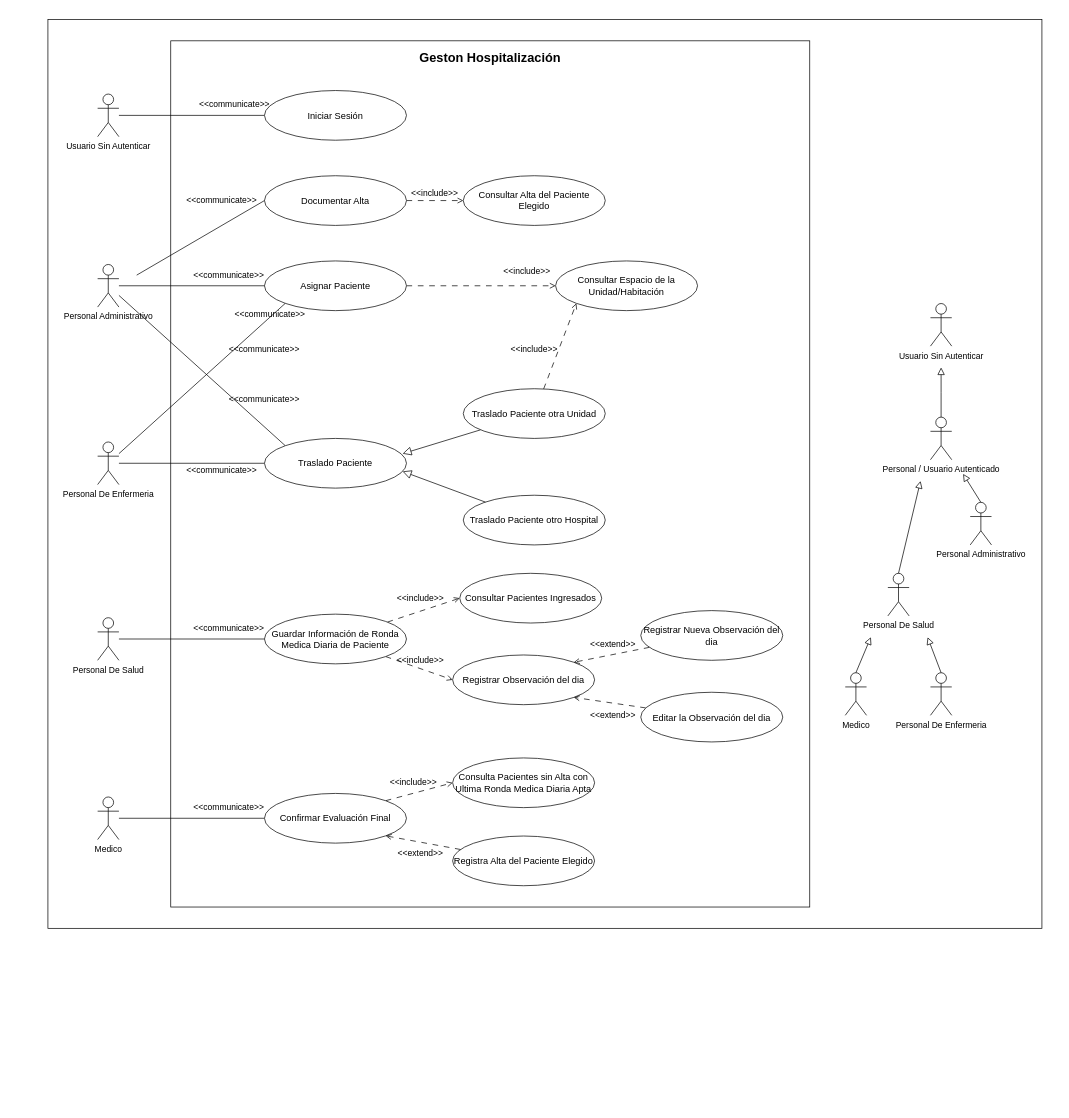
Before: uml/Diagrama de Casos de Usos/Diagrama de Casos de Uso.drawio in stoica25-byte/Reto-2-Entornos-Programacion, a draw.io diagram. Source tidied: cells renumbered, new cells numbered last; positions are measured from the earlier drawing's top-left corner, leaving out a move shared by most shapes. Both pictures are drawn from the tidied source at 71%, with x=0, y=0 at pixel (48, 19).
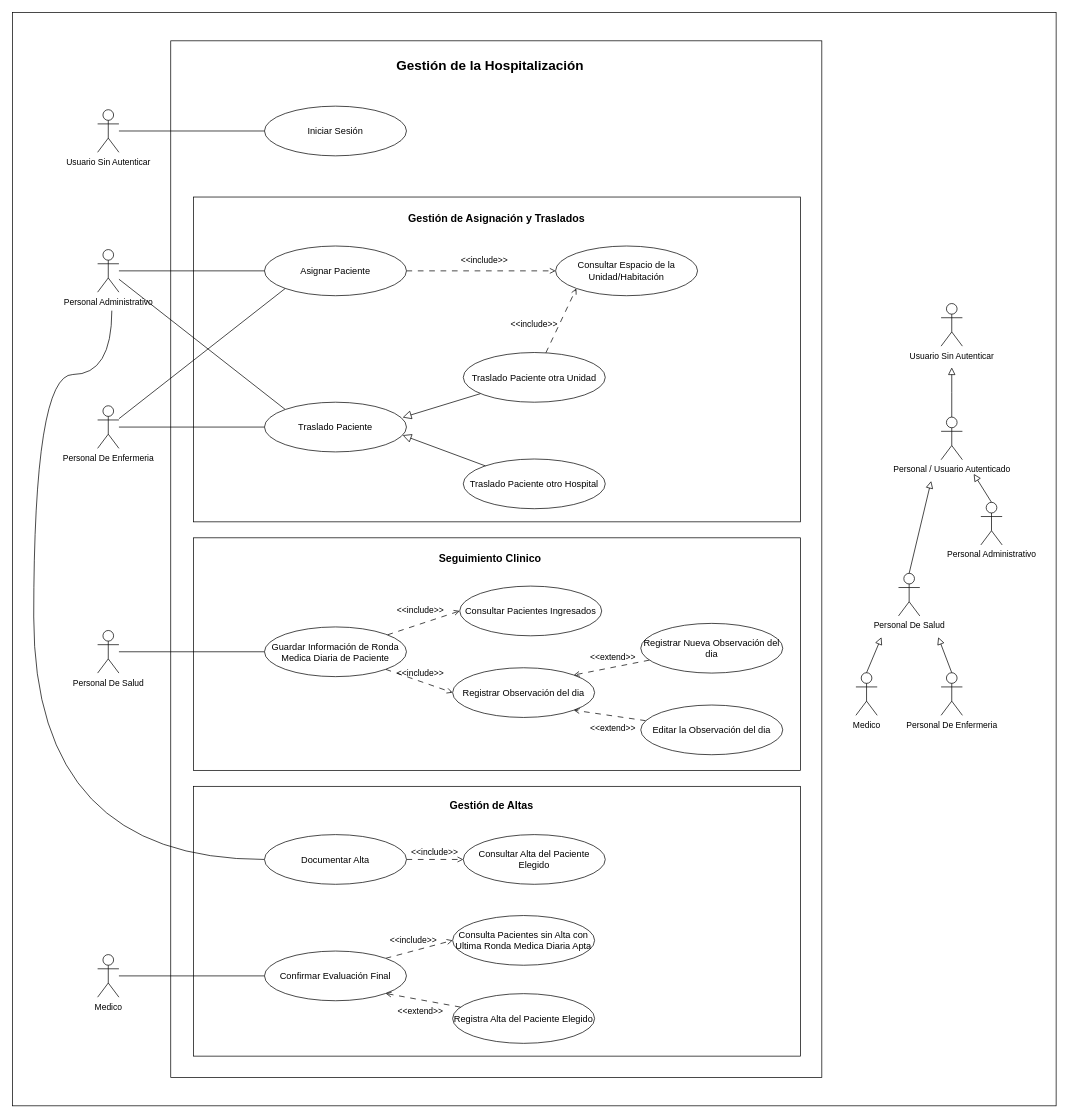
The same diagram, later.

Commit message (it also covers changes not shown here):
Añade la separación de casos de uso por tematica en el diagrama de casos de uso

What changed in the source:
```diff
@@
     <mxCell id="2" style="rounded=0;whiteSpace=wrap;html=1;" parent="1" vertex="1">
-      <mxGeometry width="1400" height="1280" as="geometry" />
+      <mxGeometry x="-50" y="-10" width="1470" height="1540" as="geometry" />
     </mxCell>
     <mxCell id="3" style="rounded=0;whiteSpace=wrap;html=1;" parent="1" vertex="1">
-      <mxGeometry x="173" y="30" width="900" height="1220" as="geometry" />
+      <mxGeometry x="173" y="30" width="917" height="1460" as="geometry" />
     </mxCell>
+    <mxCell id="74" style="rounded=0;whiteSpace=wrap;html=1;fillColor=none;" parent="1" vertex="1">
+      <mxGeometry x="205" y="250" width="855" height="457.5" as="geometry" />
+    </mxCell>
+    <mxCell id="75" style="rounded=0;whiteSpace=wrap;html=1;" parent="1" vertex="1">
+      <mxGeometry x="205" y="1080" width="855" height="380" as="geometry" />
+    </mxCell>
     <mxCell id="4" style="edgeStyle=orthogonalEdgeStyle;rounded=0;jettySize=auto;html=1;endArrow=block;endFill=0;endSize=8;" parent="1" edge="1" source="5">
       <mxGeometry relative="1" as="geometry">
-        <mxPoint x="1258" y="490" as="targetPoint" />
+        <mxPoint x="1273" y="490" as="targetPoint" />
       </mxGeometry>
     </mxCell>
     <mxCell id="5" value="Personal / Usuario Autenticado" style="shape=umlActor;verticalLabelPosition=bottom;verticalAlign=top;html=1;outlineConnect=0;" parent="1" vertex="1">
-      <mxGeometry x="1243" y="560" width="30" height="60" as="geometry" />
+      <mxGeometry x="1258" y="560" width="30" height="60" as="geometry" />
     </mxCell>
     <mxCell id="6" value="Personal De Salud" style="shape=umlActor;verticalLabelPosition=bottom;verticalAlign=top;html=1;outlineConnect=0;" parent="1" vertex="1">
-      <mxGeometry x="1183" y="780" width="30" height="60" as="geometry" />
+      <mxGeometry x="1198" y="780" width="30" height="60" as="geometry" />
     </mxCell>
     <mxCell id="7" value="Personal Administrativo" style="shape=umlActor;verticalLabelPosition=bottom;verticalAlign=top;html=1;outlineConnect=0;" parent="1" vertex="1">
-      <mxGeometry x="1299" y="680" width="30" height="60" as="geometry" />
+      <mxGeometry x="1314" y="680" width="30" height="60" as="geometry" />
     </mxCell>
     <mxCell id="8" style="rounded=0;jettySize=auto;html=1;endArrow=block;endFill=0;strokeWidth=1;endSize=8;exitX=0.5;exitY=0;exitDx=0;exitDy=0;exitPerimeter=0;" parent="1" edge="1" source="6">
       <mxGeometry relative="1" as="geometry">
-        <mxPoint x="1229" y="650" as="targetPoint" />
+        <mxPoint x="1244" y="650" as="targetPoint" />
       </mxGeometry>
     </mxCell>
     <mxCell id="9" style="rounded=0;jettySize=auto;html=1;endArrow=block;endFill=0;strokeWidth=1;endSize=8;exitX=0.5;exitY=0;exitDx=0;exitDy=0;exitPerimeter=0;" parent="1" edge="1" source="7">
       <mxGeometry relative="1" as="geometry">
-        <mxPoint x="1289" y="640" as="targetPoint" />
+        <mxPoint x="1304" y="640" as="targetPoint" />
       </mxGeometry>
     </mxCell>
     <mxCell id="10" value="Medico" style="shape=umlActor;verticalLabelPosition=bottom;verticalAlign=top;html=1;outlineConnect=0;" parent="1" vertex="1">
-      <mxGeometry x="1123" y="920" width="30" height="60" as="geometry" />
+      <mxGeometry x="1138" y="920" width="30" height="60" as="geometry" />
     </mxCell>
     <mxCell id="11" value="Personal De Enfermeria" style="shape=umlActor;verticalLabelPosition=bottom;verticalAlign=top;html=1;outlineConnect=0;" parent="1" vertex="1">
-      <mxGeometry x="1243" y="920" width="30" height="60" as="geometry" />
+      <mxGeometry x="1258" y="920" width="30" height="60" as="geometry" />
     </mxCell>
     <mxCell id="12" style="rounded=0;jettySize=auto;html=1;endArrow=block;endFill=0;strokeWidth=1;endSize=8;exitX=0.5;exitY=0;exitDx=0;exitDy=0;exitPerimeter=0;" parent="1" edge="1" source="10">
       <mxGeometry relative="1" as="geometry">
-        <mxPoint x="1159" y="870" as="targetPoint" />
+        <mxPoint x="1174" y="870" as="targetPoint" />
       </mxGeometry>
     </mxCell>
     <mxCell id="13" style="rounded=0;jettySize=auto;html=1;endArrow=block;endFill=0;strokeWidth=1;endSize=8;exitX=0.5;exitY=0;exitDx=0;exitDy=0;exitPerimeter=0;" parent="1" edge="1" source="11">
       <mxGeometry relative="1" as="geometry">
-        <mxPoint x="1239" y="870" as="targetPoint" />
+        <mxPoint x="1254" y="870" as="targetPoint" />
       </mxGeometry>
     </mxCell>
@@
     <mxCell id="15" value="Asignar Paciente" style="ellipse;whiteSpace=wrap;html=1;fontSize=13;" parent="1" vertex="1">
-      <mxGeometry x="305" y="340" width="200" height="70" as="geometry" />
+      <mxGeometry x="305" y="319" width="200" height="70" as="geometry" />
     </mxCell>
@@
     <mxCell id="18" value="Personal Administrativo" style="shape=umlActor;verticalLabelPosition=bottom;verticalAlign=top;html=1;outlineConnect=0;" parent="1" vertex="1">
-      <mxGeometry x="70" y="345" width="30" height="60" as="geometry" />
+      <mxGeometry x="70" y="324" width="30" height="60" as="geometry" />
     </mxCell>
@@
     <mxCell id="21" value="Personal De Enfermeria" style="shape=umlActor;verticalLabelPosition=bottom;verticalAlign=top;html=1;outlineConnect=0;" parent="1" vertex="1">
-      <mxGeometry x="70" y="595" width="30" height="60" as="geometry" />
+      <mxGeometry x="70" y="544" width="30" height="60" as="geometry" />
     </mxCell>
-    <mxCell id="22" value="&amp;lt;&amp;lt;communicate&amp;gt;&amp;gt;" style="text;html=1;align=center;verticalAlign=middle;whiteSpace=wrap;rounded=0;" parent="1" vertex="1">
-      <mxGeometry x="215" y="620" width="60" height="30" as="geometry" />
-    </mxCell>
-    <mxCell id="23" value="&amp;lt;&amp;lt;communicate&amp;gt;&amp;gt;" style="text;html=1;align=center;verticalAlign=middle;whiteSpace=wrap;rounded=0;" parent="1" vertex="1">
-      <mxGeometry x="225" y="345" width="60" height="30" as="geometry" />
-    </mxCell>
     <mxCell id="24" value="Consultar Espacio de la Unidad/Habitación" style="ellipse;whiteSpace=wrap;html=1;fontSize=13;" parent="1" vertex="1">
-      <mxGeometry x="715" y="340" width="200" height="70" as="geometry" />
+      <mxGeometry x="715" y="319" width="200" height="70" as="geometry" />
     </mxCell>
     <mxCell id="25" value="&amp;lt;&amp;lt;include&amp;gt;&amp;gt;" style="text;html=1;align=center;verticalAlign=middle;whiteSpace=wrap;rounded=0;" parent="1" vertex="1">
-      <mxGeometry x="645" y="340" width="60" height="30" as="geometry" />
+      <mxGeometry x="585" y="324" width="60" height="30" as="geometry" />
     </mxCell>
     <mxCell id="26" value="Traslado Paciente" style="ellipse;whiteSpace=wrap;html=1;fontSize=13;" parent="1" vertex="1">
-      <mxGeometry x="305" y="590" width="200" height="70" as="geometry" />
+      <mxGeometry x="305" y="539" width="200" height="70" as="geometry" />
     </mxCell>
@@
     <mxCell id="29" value="Traslado Paciente otra Unidad" style="ellipse;whiteSpace=wrap;html=1;fontSize=13;" parent="1" vertex="1">
-      <mxGeometry x="585" y="520" width="200" height="70" as="geometry" />
+      <mxGeometry x="585" y="469" width="200" height="70" as="geometry" />
     </mxCell>
     <mxCell id="30" value="Traslado Paciente otro Hospital" style="ellipse;whiteSpace=wrap;html=1;fontSize=13;" parent="1" vertex="1">
-      <mxGeometry x="585" y="670" width="200" height="70" as="geometry" />
+      <mxGeometry x="585" y="619" width="200" height="70" as="geometry" />
     </mxCell>
     <mxCell id="31" value="&amp;lt;&amp;lt;include&amp;gt;&amp;gt;" style="text;html=1;align=center;verticalAlign=middle;whiteSpace=wrap;rounded=0;" parent="1" vertex="1">
-      <mxGeometry x="655" y="450" width="60" height="30" as="geometry" />
+      <mxGeometry x="655" y="415" width="60" height="30" as="geometry" />
     </mxCell>
-    <mxCell id="32" value="&amp;lt;&amp;lt;communicate&amp;gt;&amp;gt;" style="text;html=1;align=center;verticalAlign=middle;whiteSpace=wrap;rounded=0;" parent="1" vertex="1">
-      <mxGeometry x="275" y="450" width="60" height="30" as="geometry" />
-    </mxCell>
-    <mxCell id="33" value="&amp;lt;&amp;lt;communicate&amp;gt;&amp;gt;" style="text;html=1;align=center;verticalAlign=middle;whiteSpace=wrap;rounded=0;" parent="1" vertex="1">
-      <mxGeometry x="275" y="520" width="60" height="30" as="geometry" />
-    </mxCell>
     <mxCell id="34" value="Usuario Sin Autenticar" style="shape=umlActor;verticalLabelPosition=bottom;verticalAlign=top;html=1;" parent="1" vertex="1">
-      <mxGeometry x="1243" y="400" width="30" height="60" as="geometry" />
+      <mxGeometry x="1258" y="400" width="30" height="60" as="geometry" />
     </mxCell>
@@
     <mxCell id="36" value="Personal De Salud" style="shape=umlActor;verticalLabelPosition=bottom;verticalAlign=top;html=1;outlineConnect=0;" parent="1" vertex="1">
-      <mxGeometry x="70" y="842.5" width="30" height="60" as="geometry" />
+      <mxGeometry x="70" y="860.5" width="30" height="60" as="geometry" />
     </mxCell>
@@
     <mxCell id="39" value="Guardar Información de Ronda Medica Diaria de Paciente" style="ellipse;whiteSpace=wrap;html=1;fontSize=13;" parent="1" vertex="1">
-      <mxGeometry x="305" y="837.5" width="200" height="70" as="geometry" />
+      <mxGeometry x="305" y="855.5" width="200" height="70" as="geometry" />
     </mxCell>
-    <mxCell id="40" value="&amp;lt;&amp;lt;communicate&amp;gt;&amp;gt;" style="text;html=1;align=center;verticalAlign=middle;whiteSpace=wrap;rounded=0;" parent="1" vertex="1">
-      <mxGeometry x="225" y="842.5" width="60" height="30" as="geometry" />
-    </mxCell>
     <mxCell id="41" value="Consultar Pacientes Ingresados" style="ellipse;whiteSpace=wrap;html=1;fontSize=13;" parent="1" vertex="1">
-      <mxGeometry x="580" y="780" width="200" height="70" as="geometry" />
+      <mxGeometry x="580" y="798" width="200" height="70" as="geometry" />
     </mxCell>
     <mxCell id="42" value="&amp;lt;&amp;lt;include&amp;gt;&amp;gt;" style="text;html=1;align=center;verticalAlign=middle;whiteSpace=wrap;rounded=0;" parent="1" vertex="1">
-      <mxGeometry x="495" y="800" width="60" height="30" as="geometry" />
+      <mxGeometry x="495" y="818" width="60" height="30" as="geometry" />
     </mxCell>
     <mxCell id="43" value="Registrar Observación del dia" style="ellipse;whiteSpace=wrap;html=1;fontSize=13;" parent="1" vertex="1">
-      <mxGeometry x="570" y="895" width="200" height="70" as="geometry" />
+      <mxGeometry x="570" y="913" width="200" height="70" as="geometry" />
     </mxCell>
     <mxCell id="44" value="&amp;lt;&amp;lt;include&amp;gt;&amp;gt;" style="text;html=1;align=center;verticalAlign=middle;whiteSpace=wrap;rounded=0;" parent="1" vertex="1">
-      <mxGeometry x="495" y="887.5" width="60" height="30" as="geometry" />
+      <mxGeometry x="495" y="905.5" width="60" height="30" as="geometry" />
     </mxCell>
@@
     <mxCell id="46" value="Registrar Nueva Observación del dia" style="ellipse;whiteSpace=wrap;html=1;fontSize=13;" parent="1" vertex="1">
-      <mxGeometry x="835" y="832.5" width="200" height="70" as="geometry" />
+      <mxGeometry x="835" y="850.5" width="200" height="70" as="geometry" />
     </mxCell>
@@
     <mxCell id="48" value="Editar la Observación del dia" style="ellipse;whiteSpace=wrap;html=1;fontSize=13;" parent="1" vertex="1">
-      <mxGeometry x="835" y="947.5" width="200" height="70" as="geometry" />
+      <mxGeometry x="835" y="965.5" width="200" height="70" as="geometry" />
     </mxCell>
     <mxCell id="49" value="&amp;lt;&amp;lt;extend&amp;gt;&amp;gt;" style="text;html=1;align=center;verticalAlign=middle;whiteSpace=wrap;rounded=0;" parent="1" vertex="1">
-      <mxGeometry x="766" y="865" width="60" height="30" as="geometry" />
+      <mxGeometry x="766" y="883" width="60" height="30" as="geometry" />
     </mxCell>
     <mxCell id="50" value="&amp;lt;&amp;lt;extend&amp;gt;&amp;gt;" style="text;html=1;align=center;verticalAlign=middle;whiteSpace=wrap;rounded=0;" parent="1" vertex="1">
-      <mxGeometry x="766" y="965" width="60" height="30" as="geometry" />
+      <mxGeometry x="766" y="983" width="60" height="30" as="geometry" />
     </mxCell>
@@
     <mxCell id="52" value="Medico" style="shape=umlActor;verticalLabelPosition=bottom;verticalAlign=top;html=1;outlineConnect=0;" parent="1" vertex="1">
-      <mxGeometry x="70" y="1095" width="30" height="60" as="geometry" />
+      <mxGeometry x="70" y="1317" width="30" height="60" as="geometry" />
     </mxCell>
@@
     <mxCell id="54" value="Confirmar Evaluación Final" style="ellipse;whiteSpace=wrap;html=1;fontSize=13;" parent="1" vertex="1">
-      <mxGeometry x="305" y="1090" width="200" height="70" as="geometry" />
+      <mxGeometry x="305" y="1312" width="200" height="70" as="geometry" />
     </mxCell>
     <mxCell id="55" value="Consulta Pacientes sin Alta con Ultima Ronda Medica Diaria Apta" style="ellipse;whiteSpace=wrap;html=1;fontSize=13;" parent="1" vertex="1">
-      <mxGeometry x="570" y="1040" width="200" height="70" as="geometry" />
+      <mxGeometry x="570" y="1262" width="200" height="70" as="geometry" />
     </mxCell>
     <mxCell id="56" value="&amp;lt;&amp;lt;include&amp;gt;&amp;gt;" style="text;html=1;align=center;verticalAlign=middle;whiteSpace=wrap;rounded=0;" parent="1" vertex="1">
-      <mxGeometry x="485" y="1060" width="60" height="30" as="geometry" />
+      <mxGeometry x="485" y="1282" width="60" height="30" as="geometry" />
     </mxCell>
     <mxCell id="57" value="Registra Alta del Paciente Elegido" style="ellipse;whiteSpace=wrap;html=1;fontSize=13;" parent="1" vertex="1">
-      <mxGeometry x="570" y="1150" width="200" height="70" as="geometry" />
+      <mxGeometry x="570" y="1372" width="200" height="70" as="geometry" />
     </mxCell>
@@
     <mxCell id="59" value="&amp;lt;&amp;lt;extend&amp;gt;&amp;gt;" style="text;html=1;align=center;verticalAlign=middle;whiteSpace=wrap;rounded=0;" parent="1" vertex="1">
-      <mxGeometry x="495" y="1160" width="60" height="30" as="geometry" />
+      <mxGeometry x="495" y="1382" width="60" height="30" as="geometry" />
     </mxCell>
-    <mxCell id="60" value="&amp;lt;&amp;lt;communicate&amp;gt;&amp;gt;" style="text;html=1;align=center;verticalAlign=middle;whiteSpace=wrap;rounded=0;" parent="1" vertex="1">
-      <mxGeometry x="225" y="1095" width="60" height="30" as="geometry" />
-    </mxCell>
@@
+    <mxCell id="76" style="edgeStyle=orthogonalEdgeStyle;rounded=0;jettySize=auto;html=1;fontFamily=Helvetica;fontSize=12;fontColor=default;curved=1;endArrow=none;endFill=0;" parent="1" edge="1" source="62">
+      <mxGeometry relative="1" as="geometry">
+        <mxPoint x="90" y="410" as="targetPoint" />
+        <Array as="points">
+          <mxPoint x="-20" y="1183" />
+          <mxPoint x="-20" y="500" />
+          <mxPoint x="90" y="500" />
+        </Array>
+      </mxGeometry>
+    </mxCell>
     <mxCell id="62" value="Documentar Alta" style="ellipse;whiteSpace=wrap;html=1;fontSize=13;" parent="1" vertex="1">
-      <mxGeometry x="305" y="220" width="200" height="70" as="geometry" />
+      <mxGeometry x="305" y="1148" width="200" height="70" as="geometry" />
     </mxCell>
-    <mxCell id="63" style="rounded=0;jettySize=auto;html=1;endArrow=none;endFill=0;exitX=0;exitY=0.5;exitDx=0;exitDy=0;" parent="1" edge="1" source="62">
-      <mxGeometry relative="1" as="geometry">
-        <mxPoint x="125" y="360" as="targetPoint" />
-      </mxGeometry>
-    </mxCell>
     <mxCell id="64" value="Consultar Alta del Paciente Elegido" style="ellipse;whiteSpace=wrap;html=1;fontSize=13;" parent="1" vertex="1">
-      <mxGeometry x="585" y="220" width="200" height="70" as="geometry" />
+      <mxGeometry x="585" y="1148" width="200" height="70" as="geometry" />
     </mxCell>
     <mxCell id="65" value="&amp;lt;&amp;lt;include&amp;gt;&amp;gt;" style="text;html=1;align=center;verticalAlign=middle;whiteSpace=wrap;rounded=0;" parent="1" vertex="1">
-      <mxGeometry x="515" y="230" width="60" height="30" as="geometry" />
+      <mxGeometry x="515" y="1158" width="60" height="30" as="geometry" />
     </mxCell>
-    <mxCell id="66" value="&amp;lt;&amp;lt;communicate&amp;gt;&amp;gt;" style="text;html=1;align=center;verticalAlign=middle;whiteSpace=wrap;rounded=0;" parent="1" vertex="1">
-      <mxGeometry x="215" y="240" width="60" height="30" as="geometry" />
-    </mxCell>
-    <mxCell id="67" value="&amp;lt;&amp;lt;communicate&amp;gt;&amp;gt;" style="text;html=1;align=center;verticalAlign=middle;whiteSpace=wrap;rounded=0;" parent="1" vertex="1">
-      <mxGeometry x="283" y="400" width="60" height="30" as="geometry" />
-    </mxCell>
-    <mxCell id="68" value="&lt;b&gt;&lt;font style=&quot;font-size: 18px;&quot;&gt;Geston Hospitalización&lt;/font&gt;&lt;/b&gt;" style="text;html=1;align=center;verticalAlign=middle;whiteSpace=wrap;rounded=0;" parent="1" vertex="1">
-      <mxGeometry x="513" y="40" width="220" height="30" as="geometry" />
+    <mxCell id="68" value="&lt;b&gt;&lt;font style=&quot;font-size: 19px;&quot;&gt;Gestión de la Hospitalización&lt;/font&gt;&lt;/b&gt;" style="text;html=1;align=center;verticalAlign=middle;whiteSpace=wrap;rounded=0;" parent="1" vertex="1">
+      <mxGeometry x="486" y="50" width="274" height="30" as="geometry" />
     </mxCell>
@@
     <mxCell id="70" value="Usuario Sin Autenticar" style="shape=umlActor;verticalLabelPosition=bottom;verticalAlign=top;html=1;outlineConnect=0;" parent="1" vertex="1">
-      <mxGeometry x="70" y="105" width="30" height="60" as="geometry" />
+      <mxGeometry x="70" y="127" width="30" height="60" as="geometry" />
     </mxCell>
     <mxCell id="71" value="Iniciar Sesión" style="ellipse;whiteSpace=wrap;html=1;fontSize=13;" parent="1" vertex="1">
-      <mxGeometry x="305" y="100" width="200" height="70" as="geometry" />
+      <mxGeometry x="305" y="122" width="200" height="70" as="geometry" />
     </mxCell>
-    <mxCell id="72" value="&amp;lt;&amp;lt;communicate&amp;gt;&amp;gt;" style="text;html=1;align=center;verticalAlign=middle;whiteSpace=wrap;rounded=0;" parent="1" vertex="1">
-      <mxGeometry x="233" y="105" width="60" height="30" as="geometry" />
-    </mxCell>
@@
+    <mxCell id="77" value="&lt;b&gt;&lt;font style=&quot;font-size: 15px;&quot;&gt;Gestión de Altas&lt;/font&gt;&lt;/b&gt;" style="text;html=1;align=center;verticalAlign=middle;whiteSpace=wrap;rounded=0;" parent="1" vertex="1">
+      <mxGeometry x="488" y="1092" width="274" height="30" as="geometry" />
+    </mxCell>
+    <mxCell id="78" style="rounded=0;whiteSpace=wrap;html=1;fillColor=none;" parent="1" vertex="1">
+      <mxGeometry x="205" y="730" width="855" height="327.5" as="geometry" />
+    </mxCell>
+    <mxCell id="79" value="&lt;b&gt;&lt;font style=&quot;font-size: 15px;&quot;&gt;Seguimiento Clinico&lt;/font&gt;&lt;/b&gt;" style="text;html=1;align=center;verticalAlign=middle;whiteSpace=wrap;rounded=0;" parent="1" vertex="1">
+      <mxGeometry x="486" y="744" width="274" height="30" as="geometry" />
+    </mxCell>
+    <mxCell id="80" value="&lt;b&gt;&lt;font style=&quot;font-size: 15px;&quot;&gt;Gestión de Asignación y Traslados&lt;/font&gt;&lt;/b&gt;" style="text;html=1;align=center;verticalAlign=middle;whiteSpace=wrap;rounded=0;" parent="1" vertex="1">
+      <mxGeometry x="494.5" y="265" width="274" height="30" as="geometry" />
+    </mxCell>
```
